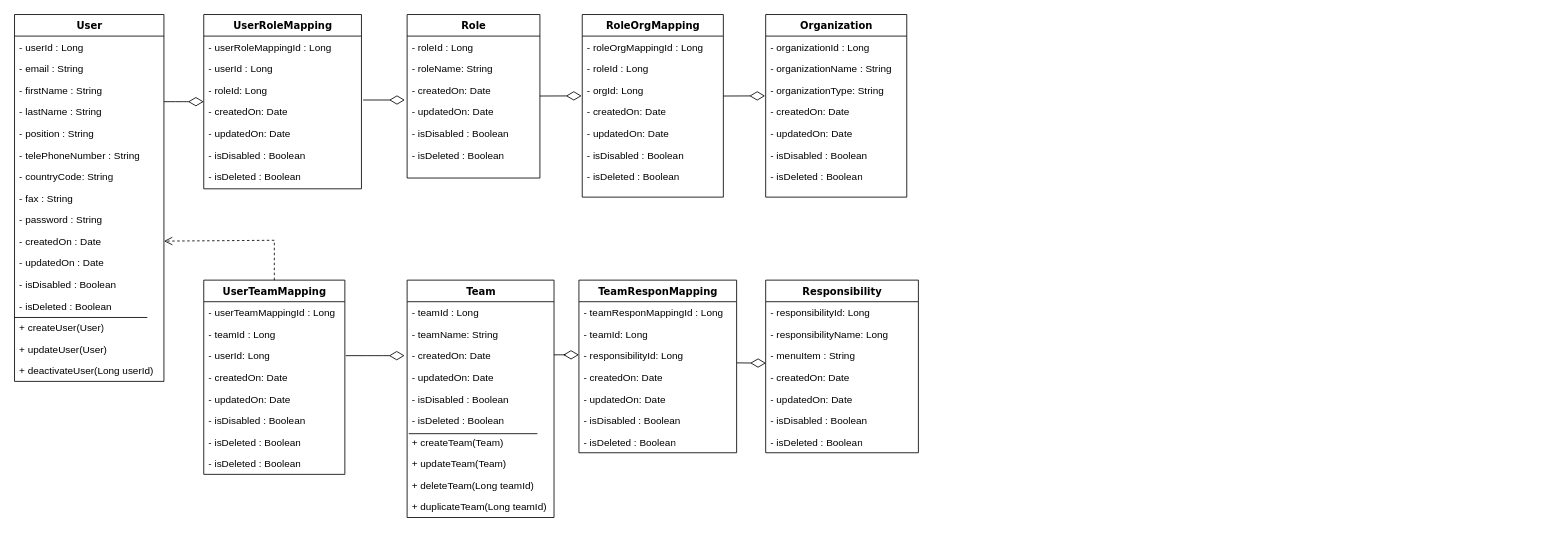
This is EntityManagementClassDiagram_01022024.drawio from ShivamVermaEspire/ClassDiagrams, a draw.io file, before an edit. Source tidied: cells renumbered, new cells numbered last; positions are measured from the earlier drawing's top-left corner, leaving out a move shared by most shapes. Both pictures are drawn from the tidied source at 83%, with x=0, y=0 at pixel (14, 14).
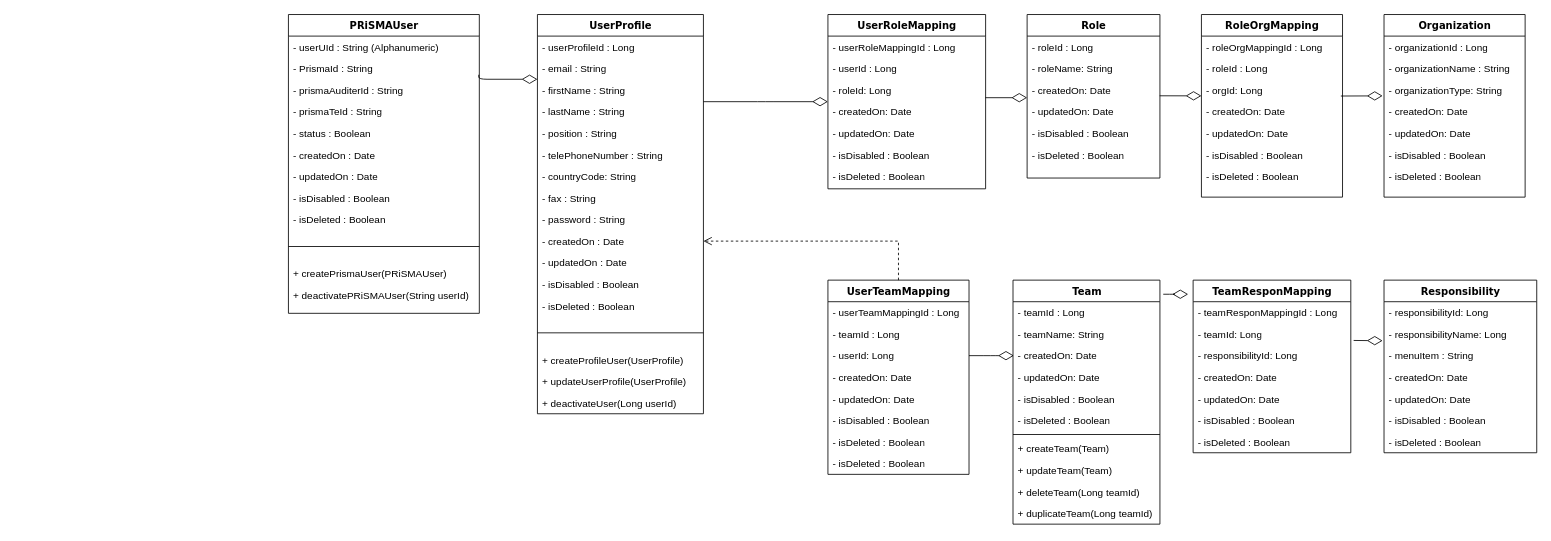
After the change.

Unchanged cells that the change refers to:
```xml
<mxCell id="57" value="- userId: Long" style="text;html=1;strokeColor=none;fillColor=none;align=left;verticalAlign=top;spacingLeft=4;spacingRight=4;whiteSpace=wrap;overflow=hidden;points=[[0,0.5],[1,0.5]];portConstraint=eastwest;" parent="54" vertex="1">
  <mxGeometry y="78" width="170" height="26" as="geometry" />
</mxCell>
<mxCell id="78" value="- createdOn: Date" style="text;html=1;strokeColor=none;fillColor=none;align=left;verticalAlign=top;spacingLeft=4;spacingRight=4;whiteSpace=wrap;overflow=hidden;points=[[0,0.5],[1,0.5]];portConstraint=eastwest;" parent="74" vertex="1">
  <mxGeometry y="104" width="190" height="26" as="geometry" />
</mxCell>
```

The edit, as a diff of the source:
```diff
@@
-    <mxCell id="2" value="User" style="swimlane;html=1;fontStyle=1;align=center;verticalAlign=top;horizontal=1;startSize=26;swimlaneFillColor=#ffffff;rounded=0;shadow=0;comic=0;labelBackgroundColor=none;strokeWidth=1;fillColor=none;fontFamily=Verdana;fontSize=12;" parent="1" vertex="1">
-      <mxGeometry width="180" height="442" as="geometry" />
+    <mxCell id="2" value="UserProfile" style="swimlane;html=1;fontStyle=1;align=center;verticalAlign=top;horizontal=1;startSize=26;swimlaneFillColor=#ffffff;rounded=0;shadow=0;comic=0;labelBackgroundColor=none;strokeWidth=1;fillColor=none;fontFamily=Verdana;fontSize=12;" parent="1" vertex="1">
+      <mxGeometry x="630" width="200" height="481" as="geometry" />
     </mxCell>
-    <mxCell id="3" value="- userId : Long&lt;br&gt;" style="text;html=1;strokeColor=none;fillColor=none;align=left;verticalAlign=top;spacingLeft=4;spacingRight=4;whiteSpace=wrap;overflow=hidden;" parent="2" vertex="1">
-      <mxGeometry y="26" width="180" height="26" as="geometry" />
+    <mxCell id="3" value="- userProfileId : Long" style="text;html=1;strokeColor=none;fillColor=none;align=left;verticalAlign=top;spacingLeft=4;spacingRight=4;whiteSpace=wrap;overflow=hidden;" parent="2" vertex="1">
+      <mxGeometry y="26" width="200" height="26" as="geometry" />
     </mxCell>
     <mxCell id="4" value="- email : String" style="text;html=1;strokeColor=none;fillColor=none;align=left;verticalAlign=top;spacingLeft=4;spacingRight=4;whiteSpace=wrap;overflow=hidden;" parent="2" vertex="1">
-      <mxGeometry y="52" width="180" height="26" as="geometry" />
+      <mxGeometry y="52" width="200" height="26" as="geometry" />
     </mxCell>
     <mxCell id="5" value="- firstName : String" style="text;html=1;strokeColor=none;fillColor=none;align=left;verticalAlign=top;spacingLeft=4;spacingRight=4;whiteSpace=wrap;overflow=hidden;points=[[0,0.5],[1,0.5]];portConstraint=eastwest;" parent="2" vertex="1">
-      <mxGeometry y="78" width="180" height="26" as="geometry" />
+      <mxGeometry y="78" width="200" height="26" as="geometry" />
     </mxCell>
     <mxCell id="6" value="- lastName : String" style="text;html=1;strokeColor=none;fillColor=none;align=left;verticalAlign=top;spacingLeft=4;spacingRight=4;whiteSpace=wrap;overflow=hidden;" parent="2" vertex="1">
-      <mxGeometry y="104" width="180" height="26" as="geometry" />
+      <mxGeometry y="104" width="200" height="26" as="geometry" />
     </mxCell>
     <mxCell id="7" value="- position : String" style="text;html=1;strokeColor=none;fillColor=none;align=left;verticalAlign=top;spacingLeft=4;spacingRight=4;whiteSpace=wrap;overflow=hidden;" parent="2" vertex="1">
-      <mxGeometry y="130" width="180" height="26" as="geometry" />
+      <mxGeometry y="130" width="200" height="26" as="geometry" />
     </mxCell>
     <mxCell id="8" value="- telePhoneNumber : String" style="text;html=1;strokeColor=none;fillColor=none;align=left;verticalAlign=top;spacingLeft=4;spacingRight=4;whiteSpace=wrap;overflow=hidden;" parent="2" vertex="1">
-      <mxGeometry y="156" width="180" height="26" as="geometry" />
+      <mxGeometry y="156" width="200" height="26" as="geometry" />
     </mxCell>
     <mxCell id="9" value="- countryCode: String" style="text;html=1;strokeColor=none;fillColor=none;align=left;verticalAlign=top;spacingLeft=4;spacingRight=4;whiteSpace=wrap;overflow=hidden;" parent="2" vertex="1">
-      <mxGeometry y="182" width="180" height="26" as="geometry" />
+      <mxGeometry y="182" width="200" height="26" as="geometry" />
     </mxCell>
     <mxCell id="10" value="- fax : String" style="text;html=1;strokeColor=none;fillColor=none;align=left;verticalAlign=top;spacingLeft=4;spacingRight=4;whiteSpace=wrap;overflow=hidden;" parent="2" vertex="1">
-      <mxGeometry y="208" width="180" height="26" as="geometry" />
+      <mxGeometry y="208" width="200" height="26" as="geometry" />
     </mxCell>
     <mxCell id="11" value="- password : String" style="text;html=1;strokeColor=none;fillColor=none;align=left;verticalAlign=top;spacingLeft=4;spacingRight=4;whiteSpace=wrap;overflow=hidden;" parent="2" vertex="1">
-      <mxGeometry y="234" width="180" height="26" as="geometry" />
+      <mxGeometry y="234" width="200" height="26" as="geometry" />
     </mxCell>
     <mxCell id="12" value="- createdOn : Date" style="text;html=1;strokeColor=none;fillColor=none;align=left;verticalAlign=top;spacingLeft=4;spacingRight=4;whiteSpace=wrap;overflow=hidden;points=[[0,0.5],[1,0.5]];portConstraint=eastwest;" parent="2" vertex="1">
-      <mxGeometry y="260" width="180" height="26" as="geometry" />
+      <mxGeometry y="260" width="200" height="26" as="geometry" />
     </mxCell>
     <mxCell id="13" value="- updatedOn : Date" style="text;html=1;strokeColor=none;fillColor=none;align=left;verticalAlign=top;spacingLeft=4;spacingRight=4;whiteSpace=wrap;overflow=hidden;" parent="2" vertex="1">
-      <mxGeometry y="286" width="180" height="26" as="geometry" />
+      <mxGeometry y="286" width="200" height="26" as="geometry" />
     </mxCell>
     <mxCell id="14" value="- isDisabled : Boolean" style="text;html=1;strokeColor=none;fillColor=none;align=left;verticalAlign=top;spacingLeft=4;spacingRight=4;whiteSpace=wrap;overflow=hidden;" parent="2" vertex="1">
-      <mxGeometry y="312" width="180" height="26" as="geometry" />
+      <mxGeometry y="312" width="200" height="26" as="geometry" />
     </mxCell>
     <mxCell id="15" value="- isDeleted : Boolean" style="text;html=1;strokeColor=none;fillColor=none;align=left;verticalAlign=top;spacingLeft=4;spacingRight=4;whiteSpace=wrap;overflow=hidden;" parent="2" vertex="1">
-      <mxGeometry y="338" width="180" height="26" as="geometry" />
+      <mxGeometry y="338" width="200" height="26" as="geometry" />
     </mxCell>
+    <mxCell id="95" style="line;strokeWidth=1;fillColor=none;align=left;verticalAlign=middle;spacingTop=-1;spacingLeft=3;spacingRight=3;labelPosition=right;strokeColor=inherit;" parent="2" vertex="1">
+      <mxGeometry y="364" width="200" height="39" as="geometry" />
+    </mxCell>
-    <mxCell id="16" value="+ createUser(User)" style="text;html=1;strokeColor=none;fillColor=none;align=left;verticalAlign=top;spacingLeft=4;spacingRight=4;whiteSpace=wrap;overflow=hidden;" parent="2" vertex="1">
-      <mxGeometry y="364" width="180" height="26" as="geometry" />
+    <mxCell id="16" value="+ createProfileUser(UserProfile)" style="text;html=1;strokeColor=none;fillColor=none;align=left;verticalAlign=top;spacingLeft=4;spacingRight=4;whiteSpace=wrap;overflow=hidden;" parent="2" vertex="1">
+      <mxGeometry y="403" width="200" height="26" as="geometry" />
     </mxCell>
-    <mxCell id="17" value="+ updateUser(User)" style="text;html=1;strokeColor=none;fillColor=none;align=left;verticalAlign=top;spacingLeft=4;spacingRight=4;whiteSpace=wrap;overflow=hidden;" parent="2" vertex="1">
-      <mxGeometry y="390" width="180" height="26" as="geometry" />
+    <mxCell id="17" value="+ updateUserProfile(UserProfile)" style="text;html=1;strokeColor=none;fillColor=none;align=left;verticalAlign=top;spacingLeft=4;spacingRight=4;whiteSpace=wrap;overflow=hidden;" parent="2" vertex="1">
+      <mxGeometry y="429" width="200" height="26" as="geometry" />
     </mxCell>
     <mxCell id="18" value="+ deactivateUser(Long userId)" style="text;html=1;strokeColor=none;fillColor=none;align=left;verticalAlign=top;spacingLeft=4;spacingRight=4;whiteSpace=wrap;overflow=hidden;" parent="2" vertex="1">
-      <mxGeometry y="416" width="180" height="26" as="geometry" />
+      <mxGeometry y="455" width="200" height="26" as="geometry" />
     </mxCell>
     <mxCell id="19" value="UserRoleMapping" style="swimlane;html=1;fontStyle=1;align=center;verticalAlign=top;horizontal=1;startSize=26;swimlaneFillColor=#ffffff;rounded=0;shadow=0;comic=0;labelBackgroundColor=none;strokeWidth=1;fillColor=none;fontFamily=Verdana;fontSize=12;" parent="1" vertex="1">
-      <mxGeometry x="228" width="190" height="210" as="geometry" />
+      <mxGeometry x="980" width="190" height="210" as="geometry" />
     </mxCell>
@@
     <mxCell id="27" value="Role" style="swimlane;html=1;fontStyle=1;align=center;verticalAlign=top;horizontal=1;startSize=26;swimlaneFillColor=#ffffff;rounded=0;shadow=0;comic=0;labelBackgroundColor=none;strokeWidth=1;fillColor=none;fontFamily=Verdana;fontSize=12;" parent="1" vertex="1">
-      <mxGeometry x="473" width="160" height="197" as="geometry" />
+      <mxGeometry x="1220" width="160" height="197" as="geometry" />
     </mxCell>
@@
     <mxCell id="35" style="edgeStyle=elbowEdgeStyle;html=1;labelBackgroundColor=none;startFill=0;startSize=8;endArrow=diamondThin;endFill=0;endSize=16;fontFamily=Verdana;fontSize=12;elbow=vertical;entryX=-0.017;entryY=0.838;entryDx=0;entryDy=0;entryPerimeter=0;" parent="1" edge="1">
       <mxGeometry relative="1" as="geometry">
-        <mxPoint x="420" y="103" as="sourcePoint" />
-        <mxPoint x="470.3" y="102.8" as="targetPoint" />
+        <mxPoint x="1169.7" y="100.2" as="sourcePoint" />
+        <mxPoint x="1220" y="100" as="targetPoint" />
+        <Array as="points">
+          <mxPoint x="1649.7" y="100.2" />
+        </Array>
       </mxGeometry>
     </mxCell>
     <mxCell id="36" value="RoleOrgMapping" style="swimlane;html=1;fontStyle=1;align=center;verticalAlign=top;horizontal=1;startSize=26;swimlaneFillColor=#ffffff;rounded=0;shadow=0;comic=0;labelBackgroundColor=none;strokeWidth=1;fillColor=none;fontFamily=Verdana;fontSize=12;" parent="1" vertex="1">
-      <mxGeometry x="684" width="170" height="220" as="geometry" />
+      <mxGeometry x="1430" width="170" height="220" as="geometry" />
     </mxCell>
@@
     <mxCell id="44" style="edgeStyle=elbowEdgeStyle;html=1;labelBackgroundColor=none;startFill=0;startSize=8;endArrow=diamondThin;endFill=0;endSize=16;fontFamily=Verdana;fontSize=12;elbow=vertical;entryX=-0.017;entryY=0.838;entryDx=0;entryDy=0;entryPerimeter=0;" parent="1" edge="1">
       <mxGeometry relative="1" as="geometry">
-        <mxPoint x="633" y="98.2" as="sourcePoint" />
-        <mxPoint x="683.3" y="98" as="targetPoint" />
+        <mxPoint x="1379.7" y="97.9" as="sourcePoint" />
+        <mxPoint x="1430" y="97.7" as="targetPoint" />
       </mxGeometry>
     </mxCell>
     <mxCell id="45" value="Organization" style="swimlane;html=1;fontStyle=1;align=center;verticalAlign=top;horizontal=1;startSize=26;swimlaneFillColor=#ffffff;rounded=0;shadow=0;comic=0;labelBackgroundColor=none;strokeWidth=1;fillColor=none;fontFamily=Verdana;fontSize=12;" parent="1" vertex="1">
-      <mxGeometry x="905" width="170" height="220" as="geometry" />
+      <mxGeometry x="1650" width="170" height="220" as="geometry" />
     </mxCell>
@@
     <mxCell id="53" style="edgeStyle=elbowEdgeStyle;html=1;labelBackgroundColor=none;startFill=0;startSize=8;endArrow=diamondThin;endFill=0;endSize=16;fontFamily=Verdana;fontSize=12;elbow=vertical;entryX=-0.017;entryY=0.838;entryDx=0;entryDy=0;entryPerimeter=0;" parent="1" edge="1">
       <mxGeometry relative="1" as="geometry">
-        <mxPoint x="854" y="98.2" as="sourcePoint" />
-        <mxPoint x="904.3" y="98" as="targetPoint" />
+        <mxPoint x="1598" y="98.2" as="sourcePoint" />
+        <mxPoint x="1648.3" y="98" as="targetPoint" />
       </mxGeometry>
     </mxCell>
     <mxCell id="54" value="UserTeamMapping" style="swimlane;html=1;fontStyle=1;align=center;verticalAlign=top;horizontal=1;startSize=26;swimlaneFillColor=#ffffff;rounded=0;shadow=0;comic=0;labelBackgroundColor=none;strokeWidth=1;fillColor=none;fontFamily=Verdana;fontSize=12;" parent="1" vertex="1">
-      <mxGeometry x="228" y="320" width="170" height="234" as="geometry" />
+      <mxGeometry x="980" y="320" width="170" height="234" as="geometry" />
     </mxCell>
@@
     <mxCell id="63" value="Team" style="swimlane;html=1;fontStyle=1;align=center;verticalAlign=top;horizontal=1;startSize=26;swimlaneFillColor=#ffffff;rounded=0;shadow=0;comic=0;labelBackgroundColor=none;strokeWidth=1;fillColor=none;fontFamily=Verdana;fontSize=12;" parent="1" vertex="1">
-      <mxGeometry x="473" y="320" width="177" height="286" as="geometry" />
+      <mxGeometry x="1203" y="320" width="177" height="294" as="geometry" />
     </mxCell>
@@
+    <mxCell id="94" style="line;strokeWidth=1;fillColor=none;align=left;verticalAlign=middle;spacingTop=-1;spacingLeft=3;spacingRight=3;labelPosition=right;strokeColor=inherit;" parent="63" vertex="1">
+      <mxGeometry y="182" width="177" height="8" as="geometry" />
+    </mxCell>
     <mxCell id="70" value="+ createTeam(Team)" style="text;html=1;strokeColor=none;fillColor=none;align=left;verticalAlign=top;spacingLeft=4;spacingRight=4;whiteSpace=wrap;overflow=hidden;" parent="63" vertex="1">
-      <mxGeometry y="182" width="177" height="26" as="geometry" />
+      <mxGeometry y="190" width="177" height="26" as="geometry" />
     </mxCell>
     <mxCell id="71" value="+ updateTeam(Team)" style="text;html=1;strokeColor=none;fillColor=none;align=left;verticalAlign=top;spacingLeft=4;spacingRight=4;whiteSpace=wrap;overflow=hidden;" parent="63" vertex="1">
-      <mxGeometry y="208" width="177" height="26" as="geometry" />
+      <mxGeometry y="216" width="177" height="26" as="geometry" />
     </mxCell>
     <mxCell id="72" value="+ deleteTeam(Long teamId)" style="text;html=1;strokeColor=none;fillColor=none;align=left;verticalAlign=top;spacingLeft=4;spacingRight=4;whiteSpace=wrap;overflow=hidden;" parent="63" vertex="1">
-      <mxGeometry y="234" width="177" height="26" as="geometry" />
+      <mxGeometry y="242" width="177" height="26" as="geometry" />
     </mxCell>
     <mxCell id="73" value="+ duplicateTeam(Long teamId)" style="text;html=1;strokeColor=none;fillColor=none;align=left;verticalAlign=top;spacingLeft=4;spacingRight=4;whiteSpace=wrap;overflow=hidden;" parent="63" vertex="1">
-      <mxGeometry y="260" width="177" height="26" as="geometry" />
+      <mxGeometry y="268" width="177" height="26" as="geometry" />
     </mxCell>
     <mxCell id="74" value="TeamResponMapping" style="swimlane;html=1;fontStyle=1;align=center;verticalAlign=top;horizontal=1;startSize=26;swimlaneFillColor=#ffffff;rounded=0;shadow=0;comic=0;labelBackgroundColor=none;strokeWidth=1;fillColor=none;fontFamily=Verdana;fontSize=12;" parent="1" vertex="1">
-      <mxGeometry x="680" y="320" width="190" height="208" as="geometry" />
+      <mxGeometry x="1420" y="320" width="190" height="208" as="geometry" />
     </mxCell>
@@
     <mxCell id="82" value="Responsibility" style="swimlane;html=1;fontStyle=1;align=center;verticalAlign=top;horizontal=1;startSize=26;swimlaneFillColor=#ffffff;rounded=0;shadow=0;comic=0;labelBackgroundColor=none;strokeWidth=1;fillColor=none;fontFamily=Verdana;fontSize=12;" parent="1" vertex="1">
-      <mxGeometry x="905" y="320" width="184" height="208" as="geometry" />
+      <mxGeometry x="1650" y="320" width="184" height="208" as="geometry" />
     </mxCell>
@@
-    <mxCell id="90" style="edgeStyle=elbowEdgeStyle;html=1;labelBackgroundColor=none;startFill=0;startSize=8;endArrow=diamondThin;endFill=0;endSize=16;fontFamily=Verdana;fontSize=12;elbow=vertical;entryX=-0.017;entryY=0.838;entryDx=0;entryDy=0;entryPerimeter=0;exitX=1.002;exitY=-0.165;exitDx=0;exitDy=0;exitPerimeter=0;" parent="1" edge="1" source="78">
+    <mxCell id="90" style="edgeStyle=elbowEdgeStyle;html=1;labelBackgroundColor=none;startFill=0;startSize=8;endArrow=diamondThin;endFill=0;endSize=16;fontFamily=Verdana;fontSize=12;elbow=vertical;entryX=-0.017;entryY=0.838;entryDx=0;entryDy=0;entryPerimeter=0;exitX=1.002;exitY=-0.165;exitDx=0;exitDy=0;exitPerimeter=0;" parent="1" edge="1">
       <mxGeometry relative="1" as="geometry">
-        <mxPoint x="905.3" y="420" as="targetPoint" />
+        <mxPoint x="1613.4" y="392.7" as="sourcePoint" />
+        <mxPoint x="1648.3" y="393" as="targetPoint" />
       </mxGeometry>
     </mxCell>
     <mxCell id="91" style="edgeStyle=elbowEdgeStyle;html=1;labelBackgroundColor=none;startFill=0;startSize=8;endArrow=diamondThin;endFill=0;endSize=16;fontFamily=Verdana;fontSize=12;elbow=vertical;" parent="1" edge="1">
       <mxGeometry relative="1" as="geometry">
-        <mxPoint x="650" y="410" as="sourcePoint" />
-        <mxPoint x="680" y="410" as="targetPoint" />
+        <mxPoint x="1384" y="337" as="sourcePoint" />
+        <mxPoint x="1414" y="337" as="targetPoint" />
       </mxGeometry>
     </mxCell>
-    <mxCell id="92" style="edgeStyle=elbowEdgeStyle;html=1;labelBackgroundColor=none;startFill=0;startSize=8;endArrow=diamondThin;endFill=0;endSize=16;fontFamily=Verdana;fontSize=12;elbow=vertical;exitX=1.002;exitY=-0.165;exitDx=0;exitDy=0;exitPerimeter=0;" parent="1" edge="1">
+    <mxCell id="92" style="edgeStyle=elbowEdgeStyle;html=1;labelBackgroundColor=none;startFill=0;startSize=8;endArrow=diamondThin;endFill=0;endSize=16;fontFamily=Verdana;fontSize=12;elbow=vertical;exitX=1;exitY=0.5;exitDx=0;exitDy=0;" parent="1" edge="1" source="57">
       <mxGeometry relative="1" as="geometry">
-        <mxPoint x="399" y="411" as="sourcePoint" />
-        <mxPoint x="470" y="411" as="targetPoint" />
+        <mxPoint x="1204" y="411" as="targetPoint" />
       </mxGeometry>
     </mxCell>
     <mxCell id="93" style="html=1;verticalAlign=bottom;endArrow=open;dashed=1;endSize=8;curved=0;rounded=0;exitX=0.5;exitY=0;exitDx=0;exitDy=0;entryX=1;entryY=0.5;entryDx=0;entryDy=0;" parent="1" edge="1" source="54" target="12">
       <mxGeometry relative="1" as="geometry">
         <Array as="points">
-          <mxPoint x="313" y="272" />
+          <mxPoint x="1065" y="273" />
         </Array>
       </mxGeometry>
     </mxCell>
-    <mxCell id="94" style="line;strokeWidth=1;fillColor=none;align=left;verticalAlign=middle;spacingTop=-1;spacingLeft=3;spacingRight=3;labelPosition=right;strokeColor=inherit;" parent="1" vertex="1">
-      <mxGeometry x="475" y="501" width="155" height="8" as="geometry" />
-    </mxCell>
-    <mxCell id="95" style="line;strokeWidth=1;fillColor=none;align=left;verticalAlign=middle;spacingTop=-1;spacingLeft=3;spacingRight=3;labelPosition=right;strokeColor=inherit;" parent="1" vertex="1">
-      <mxGeometry y="361" width="160" height="8" as="geometry" />
-    </mxCell>
+    <mxCell id="96" value="PRiSMAUser" style="swimlane;html=1;fontStyle=1;align=center;verticalAlign=top;horizontal=1;startSize=26;swimlaneFillColor=#ffffff;rounded=0;shadow=0;comic=0;labelBackgroundColor=none;strokeWidth=1;fillColor=none;fontFamily=Verdana;fontSize=12;" parent="1" vertex="1">
+      <mxGeometry x="330" width="230" height="360" as="geometry" />
+    </mxCell>
+    <mxCell id="97" value="- userUId : String (Alphanumeric)" style="text;html=1;strokeColor=none;fillColor=none;align=left;verticalAlign=top;spacingLeft=4;spacingRight=4;whiteSpace=wrap;overflow=hidden;" parent="96" vertex="1">
+      <mxGeometry y="26" width="230" height="26" as="geometry" />
+    </mxCell>
+    <mxCell id="98" value="- PrismaId : String" style="text;html=1;strokeColor=none;fillColor=none;align=left;verticalAlign=top;spacingLeft=4;spacingRight=4;whiteSpace=wrap;overflow=hidden;points=[[0,0.5],[1,0.5]];portConstraint=eastwest;" parent="96" vertex="1">
+      <mxGeometry y="52" width="230" height="26" as="geometry" />
+    </mxCell>
+    <mxCell id="99" value="- prismaAuditerId : String" style="text;html=1;strokeColor=none;fillColor=none;align=left;verticalAlign=top;spacingLeft=4;spacingRight=4;whiteSpace=wrap;overflow=hidden;" parent="96" vertex="1">
+      <mxGeometry y="78" width="230" height="26" as="geometry" />
+    </mxCell>
+    <mxCell id="100" value="- prismaTeId : String" style="text;html=1;strokeColor=none;fillColor=none;align=left;verticalAlign=top;spacingLeft=4;spacingRight=4;whiteSpace=wrap;overflow=hidden;" parent="96" vertex="1">
+      <mxGeometry y="104" width="230" height="26" as="geometry" />
+    </mxCell>
+    <mxCell id="101" value="- status : Boolean" style="text;html=1;strokeColor=none;fillColor=none;align=left;verticalAlign=top;spacingLeft=4;spacingRight=4;whiteSpace=wrap;overflow=hidden;" parent="96" vertex="1">
+      <mxGeometry y="130" width="230" height="26" as="geometry" />
+    </mxCell>
+    <mxCell id="102" value="- createdOn : Date" style="text;html=1;strokeColor=none;fillColor=none;align=left;verticalAlign=top;spacingLeft=4;spacingRight=4;whiteSpace=wrap;overflow=hidden;" parent="96" vertex="1">
+      <mxGeometry y="156" width="230" height="26" as="geometry" />
+    </mxCell>
+    <mxCell id="103" value="- updatedOn : Date" style="text;html=1;strokeColor=none;fillColor=none;align=left;verticalAlign=top;spacingLeft=4;spacingRight=4;whiteSpace=wrap;overflow=hidden;" parent="96" vertex="1">
+      <mxGeometry y="182" width="230" height="26" as="geometry" />
+    </mxCell>
+    <mxCell id="104" value="- isDisabled : Boolean" style="text;html=1;strokeColor=none;fillColor=none;align=left;verticalAlign=top;spacingLeft=4;spacingRight=4;whiteSpace=wrap;overflow=hidden;" parent="96" vertex="1">
+      <mxGeometry y="208" width="230" height="26" as="geometry" />
+    </mxCell>
+    <mxCell id="105" value="- isDeleted : Boolean" style="text;html=1;strokeColor=none;fillColor=none;align=left;verticalAlign=top;spacingLeft=4;spacingRight=4;whiteSpace=wrap;overflow=hidden;" parent="96" vertex="1">
+      <mxGeometry y="234" width="230" height="26" as="geometry" />
+    </mxCell>
+    <mxCell id="106" style="line;strokeWidth=1;fillColor=none;align=left;verticalAlign=middle;spacingTop=-1;spacingLeft=3;spacingRight=3;labelPosition=right;strokeColor=inherit;" parent="96" vertex="1">
+      <mxGeometry y="260" width="230" height="39" as="geometry" />
+    </mxCell>
+    <mxCell id="107" value="+ createPrismaUser(PRiSMAUser)" style="text;html=1;strokeColor=none;fillColor=none;align=left;verticalAlign=top;spacingLeft=4;spacingRight=4;whiteSpace=wrap;overflow=hidden;" parent="96" vertex="1">
+      <mxGeometry y="299" width="230" height="26" as="geometry" />
+    </mxCell>
+    <mxCell id="108" value="+ deactivatePRiSMAUser(String userId)" style="text;html=1;strokeColor=none;fillColor=none;align=left;verticalAlign=top;spacingLeft=4;spacingRight=4;whiteSpace=wrap;overflow=hidden;" parent="96" vertex="1">
+      <mxGeometry y="325" width="230" height="26" as="geometry" />
+    </mxCell>
+    <mxCell id="109" style="edgeStyle=elbowEdgeStyle;html=1;labelBackgroundColor=none;startFill=0;startSize=8;endArrow=diamondThin;endFill=0;endSize=16;fontFamily=Verdana;fontSize=12;elbow=vertical;exitX=0.997;exitY=0.791;exitDx=0;exitDy=0;exitPerimeter=0;" parent="1" edge="1" source="98" target="5">
+      <mxGeometry relative="1" as="geometry">
+        <Array as="points">
+          <mxPoint x="600" y="78" />
+        </Array>
+      </mxGeometry>
+    </mxCell>
```
